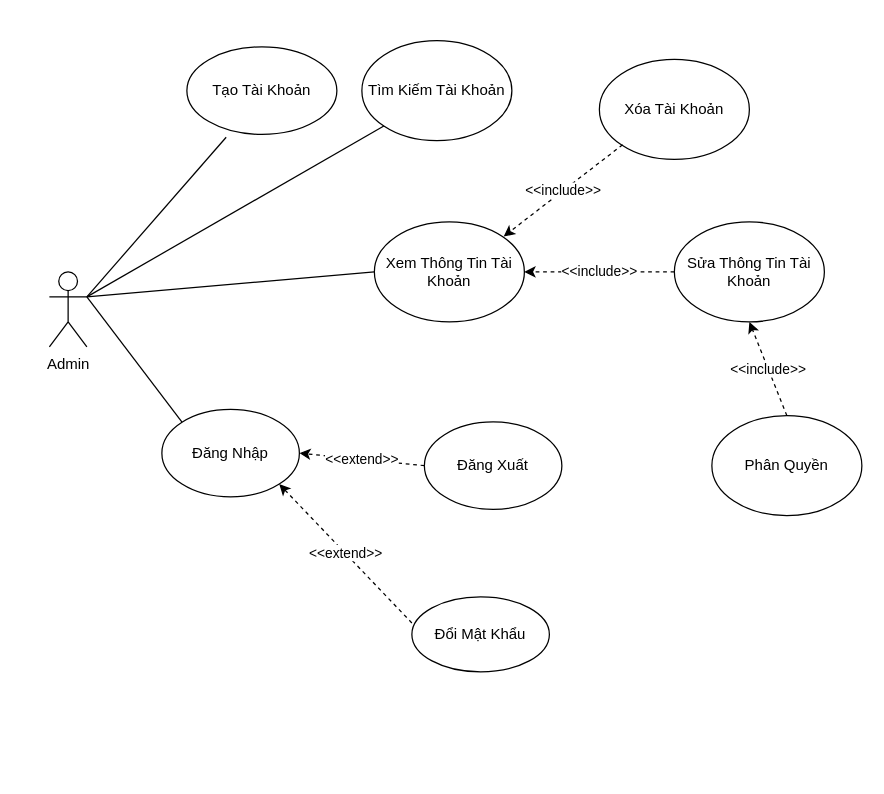
Before: UseCase2.drawio in maivantai2003/Database, a draw.io diagram. Source tidied: cells renumbered, new cells numbered last; positions are measured from the earlier drawing's top-left corner, leaving out a move shared by most shapes. Both pictures are drawn from the tidied source at 125%, with x=0, y=0 at pixel (49, 40).
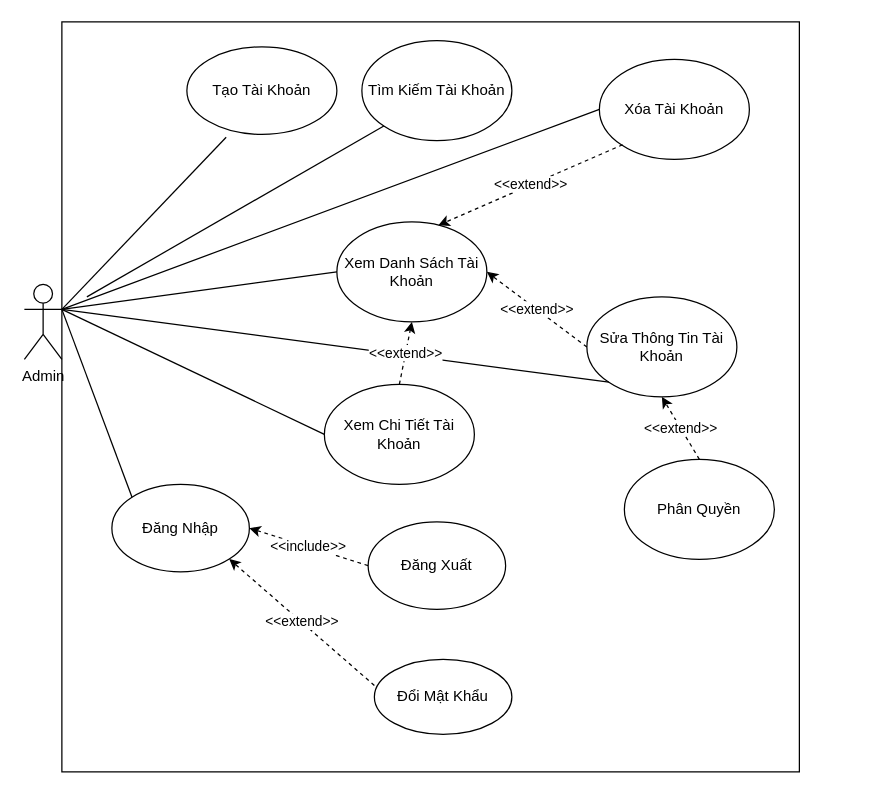
Above is the later version.

Commit message:
Cập nhật UseCase2.drawio

The change refers to these unchanged cells:
```xml
<mxCell id="14" value="Xóa Tài Khoản" style="ellipse;whiteSpace=wrap;html=1;" parent="1" vertex="1">
  <mxGeometry x="440" y="15" width="120" height="80" as="geometry" />
</mxCell>
```

Diff of the diagram source:
```diff
@@
+    <mxCell id="21" style="rounded=0;whiteSpace=wrap;html=1;" parent="1" vertex="1">
+      <mxGeometry x="10" y="-15" width="590" height="600" as="geometry" />
+    </mxCell>
     <mxCell id="2" value="Admin" style="shape=umlActor;verticalLabelPosition=bottom;verticalAlign=top;html=1;outlineConnect=0;" parent="1" vertex="1">
-      <mxGeometry y="185" width="30" height="60" as="geometry" />
+      <mxGeometry x="-20" y="195" width="30" height="60" as="geometry" />
     </mxCell>
     <mxCell id="3" value="Đăng Nhập" style="ellipse;whiteSpace=wrap;html=1;" parent="1" vertex="1">
-      <mxGeometry x="90" y="295" width="110" height="70" as="geometry" />
+      <mxGeometry x="50" y="355" width="110" height="70" as="geometry" />
     </mxCell>
     <mxCell id="4" value="Đăng Xuất" style="ellipse;whiteSpace=wrap;html=1;" parent="1" vertex="1">
-      <mxGeometry x="300" y="305" width="110" height="70" as="geometry" />
+      <mxGeometry x="255" y="385" width="110" height="70" as="geometry" />
     </mxCell>
-    <mxCell id="5" value="&amp;lt;&amp;lt;extend&amp;gt;&amp;gt;" style="endArrow=classic;html=1;rounded=0;exitX=0;exitY=0.5;exitDx=0;exitDy=0;entryX=1;entryY=0.5;entryDx=0;entryDy=0;dashed=1;" parent="1" edge="1" source="4" target="3">
+    <mxCell id="5" value="&amp;lt;&amp;lt;include&amp;gt;&amp;gt;" style="endArrow=classic;html=1;rounded=0;exitX=0;exitY=0.5;exitDx=0;exitDy=0;entryX=1;entryY=0.5;entryDx=0;entryDy=0;dashed=1;" parent="1" edge="1" source="4" target="3">
       <mxGeometry relative="1" as="geometry" />
     </mxCell>
@@
     <mxCell id="9" value="Đổi Mật Khẩu" style="ellipse;whiteSpace=wrap;html=1;" parent="1" vertex="1">
-      <mxGeometry x="290" y="445" width="110" height="60" as="geometry" />
+      <mxGeometry x="260" y="495" width="110" height="60" as="geometry" />
     </mxCell>
@@
-    <mxCell id="12" value="Xem Thông Tin Tài Khoản" style="ellipse;whiteSpace=wrap;html=1;" parent="1" vertex="1">
-      <mxGeometry x="260" y="145" width="120" height="80" as="geometry" />
+    <mxCell id="12" value="Xem Danh Sách Tài Khoản" style="ellipse;whiteSpace=wrap;html=1;" parent="1" vertex="1">
+      <mxGeometry x="230" y="145" width="120" height="80" as="geometry" />
     </mxCell>
@@
-    <mxCell id="15" value="&amp;lt;&amp;lt;include&amp;gt;&amp;gt;" style="endArrow=classic;html=1;rounded=0;exitX=0;exitY=1;exitDx=0;exitDy=0;entryX=1;entryY=0;entryDx=0;entryDy=0;dashed=1;" parent="1" edge="1">
+    <mxCell id="15" value="&amp;lt;&amp;lt;extend&amp;gt;&amp;gt;" style="endArrow=classic;html=1;rounded=0;exitX=0;exitY=1;exitDx=0;exitDy=0;dashed=1;entryX=0.677;entryY=0.034;entryDx=0;entryDy=0;entryPerimeter=0;" parent="1" edge="1" target="12">
       <mxGeometry relative="1" as="geometry">
         <mxPoint x="458.6" y="83.3" as="sourcePoint" />
-        <mxPoint x="363.4" y="156.7" as="targetPoint" />
       </mxGeometry>
     </mxCell>
     <mxCell id="16" value="Sửa Thông Tin Tài Khoản" style="ellipse;whiteSpace=wrap;html=1;" parent="1" vertex="1">
-      <mxGeometry x="500" y="145" width="120" height="80" as="geometry" />
+      <mxGeometry x="430" y="205" width="120" height="80" as="geometry" />
     </mxCell>
-    <mxCell id="17" value="&amp;lt;&amp;lt;include&amp;gt;&amp;gt;" style="endArrow=classic;html=1;rounded=0;exitX=0;exitY=0.5;exitDx=0;exitDy=0;entryX=1;entryY=0.5;entryDx=0;entryDy=0;dashed=1;" parent="1" edge="1" source="16" target="12">
+    <mxCell id="17" value="&amp;lt;&amp;lt;extend&amp;gt;&amp;gt;" style="endArrow=classic;html=1;rounded=0;exitX=0;exitY=0.5;exitDx=0;exitDy=0;entryX=1;entryY=0.5;entryDx=0;entryDy=0;dashed=1;" parent="1" edge="1" source="16" target="12">
       <mxGeometry relative="1" as="geometry" />
     </mxCell>
     <mxCell id="18" value="Phân Quyền" style="ellipse;whiteSpace=wrap;html=1;" parent="1" vertex="1">
-      <mxGeometry x="530" y="300" width="120" height="80" as="geometry" />
+      <mxGeometry x="460" y="335" width="120" height="80" as="geometry" />
     </mxCell>
-    <mxCell id="19" value="&amp;lt;&amp;lt;include&amp;gt;&amp;gt;" style="endArrow=classic;html=1;rounded=0;entryX=0.5;entryY=1;entryDx=0;entryDy=0;exitX=0.5;exitY=0;exitDx=0;exitDy=0;dashed=1;" parent="1" edge="1" source="18" target="16">
+    <mxCell id="19" value="&amp;lt;&amp;lt;extend&amp;gt;&amp;gt;" style="endArrow=classic;html=1;rounded=0;entryX=0.5;entryY=1;entryDx=0;entryDy=0;exitX=0.5;exitY=0;exitDx=0;exitDy=0;dashed=1;" parent="1" edge="1" source="18" target="16">
       <mxGeometry relative="1" as="geometry" />
     </mxCell>
@@
+    <mxCell id="22" style="endArrow=none;html=1;rounded=0;exitX=1;exitY=0.3333333333333333;exitDx=0;exitDy=0;exitPerimeter=0;entryX=0;entryY=0.5;entryDx=0;entryDy=0;endFill=0;" parent="1" edge="1" source="2" target="14">
+      <mxGeometry relative="1" as="geometry" />
+    </mxCell>
+    <mxCell id="23" style="endArrow=none;html=1;rounded=0;entryX=0;entryY=1;entryDx=0;entryDy=0;endFill=0;" parent="1" edge="1" target="16">
+      <mxGeometry relative="1" as="geometry">
+        <mxPoint x="10" y="215" as="sourcePoint" />
+      </mxGeometry>
+    </mxCell>
+    <mxCell id="24" value="Xem Chi Tiết Tài Khoản" style="ellipse;whiteSpace=wrap;html=1;" parent="1" vertex="1">
+      <mxGeometry x="220" y="275" width="120" height="80" as="geometry" />
+    </mxCell>
+    <mxCell id="25" style="endArrow=none;html=1;rounded=0;exitX=1;exitY=0.3333333333333333;exitDx=0;exitDy=0;exitPerimeter=0;entryX=0;entryY=0.5;entryDx=0;entryDy=0;endFill=0;" parent="1" edge="1" source="2" target="24">
+      <mxGeometry relative="1" as="geometry" />
+    </mxCell>
+    <mxCell id="26" value="&amp;lt;&amp;lt;extend&amp;gt;&amp;gt;" style="endArrow=classic;html=1;rounded=0;exitX=0.5;exitY=0;exitDx=0;exitDy=0;entryX=0.5;entryY=1;entryDx=0;entryDy=0;dashed=1;" parent="1" edge="1" source="24" target="12">
+      <mxGeometry relative="1" as="geometry" />
+    </mxCell>
```
